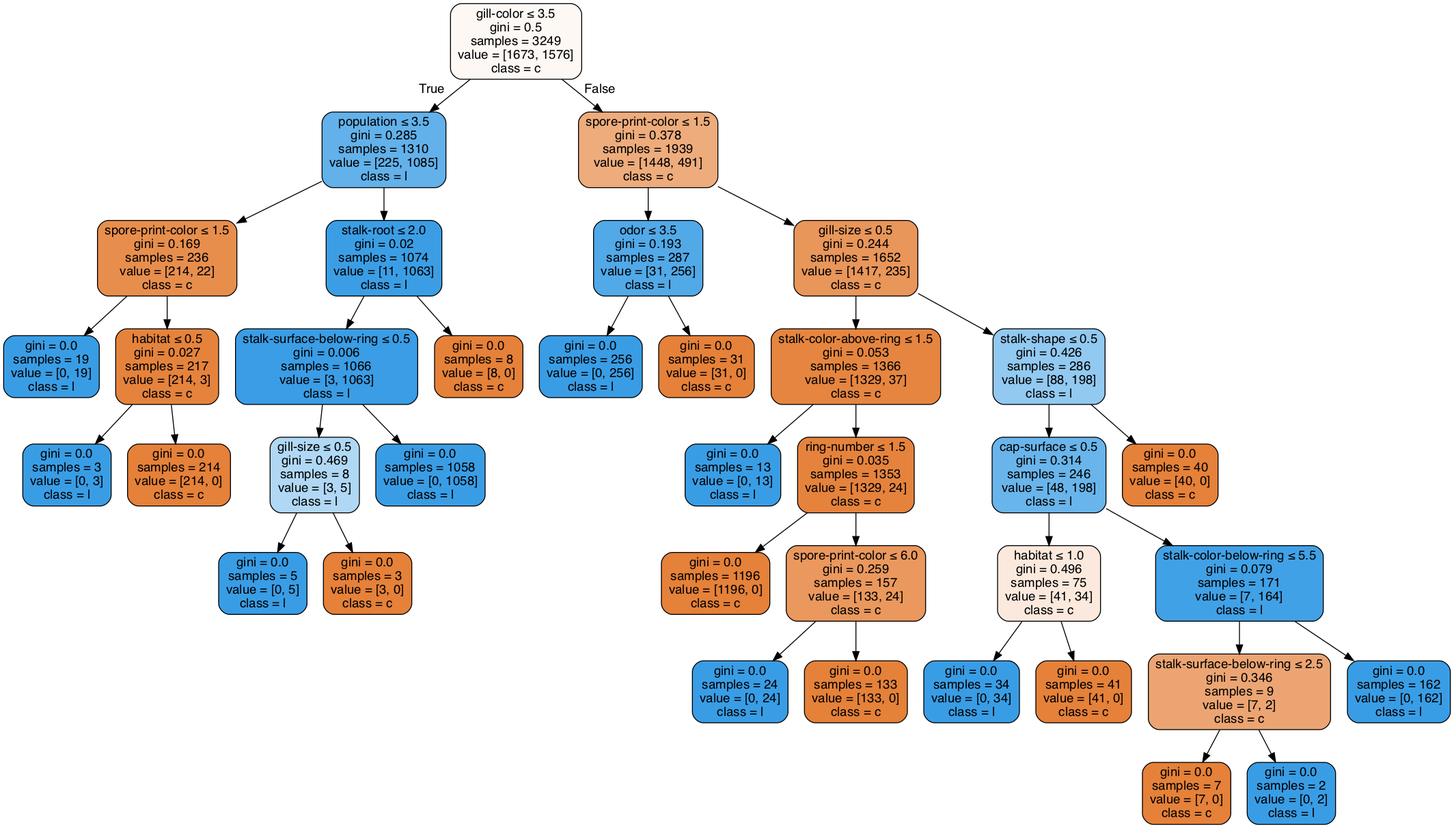
Above: Lab02/clf-40-60.gv.png in anhle199/Intro2AI-HCMUS (Graphviz), before the change. Its source is kept beside it as Lab02/clf-40-60.gv. Source of this version:
```dot
digraph Tree {
node [shape=box, style="filled, rounded", color="black", fontname=helvetica] ;
edge [fontname=helvetica] ;
0 [label=<gill-color &le; 3.5<br/>gini = 0.5<br/>samples = 3249<br/>value = [1673, 1576]<br/>class = c>, fillcolor="#fdf8f4"] ;
1 [label=<population &le; 3.5<br/>gini = 0.285<br/>samples = 1310<br/>value = [225, 1085]<br/>class = l>, fillcolor="#62b1ea"] ;
0 -> 1 [labeldistance=2.5, labelangle=45, headlabel="True"] ;
2 [label=<spore-print-color &le; 1.5<br/>gini = 0.169<br/>samples = 236<br/>value = [214, 22]<br/>class = c>, fillcolor="#e88e4d"] ;
1 -> 2 ;
3 [label=<gini = 0.0<br/>samples = 19<br/>value = [0, 19]<br/>class = l>, fillcolor="#399de5"] ;
2 -> 3 ;
4 [label=<habitat &le; 0.5<br/>gini = 0.027<br/>samples = 217<br/>value = [214, 3]<br/>class = c>, fillcolor="#e5833c"] ;
2 -> 4 ;
5 [label=<gini = 0.0<br/>samples = 3<br/>value = [0, 3]<br/>class = l>, fillcolor="#399de5"] ;
4 -> 5 ;
6 [label=<gini = 0.0<br/>samples = 214<br/>value = [214, 0]<br/>class = c>, fillcolor="#e58139"] ;
4 -> 6 ;
7 [label=<stalk-root &le; 2.0<br/>gini = 0.02<br/>samples = 1074<br/>value = [11, 1063]<br/>class = l>, fillcolor="#3b9ee5"] ;
1 -> 7 ;
8 [label=<stalk-surface-below-ring &le; 0.5<br/>gini = 0.006<br/>samples = 1066<br/>value = [3, 1063]<br/>class = l>, fillcolor="#3a9de5"] ;
7 -> 8 ;
9 [label=<gill-size &le; 0.5<br/>gini = 0.469<br/>samples = 8<br/>value = [3, 5]<br/>class = l>, fillcolor="#b0d8f5"] ;
8 -> 9 ;
10 [label=<gini = 0.0<br/>samples = 5<br/>value = [0, 5]<br/>class = l>, fillcolor="#399de5"] ;
9 -> 10 ;
11 [label=<gini = 0.0<br/>samples = 3<br/>value = [3, 0]<br/>class = c>, fillcolor="#e58139"] ;
9 -> 11 ;
12 [label=<gini = 0.0<br/>samples = 1058<br/>value = [0, 1058]<br/>class = l>, fillcolor="#399de5"] ;
8 -> 12 ;
13 [label=<gini = 0.0<br/>samples = 8<br/>value = [8, 0]<br/>class = c>, fillcolor="#e58139"] ;
7 -> 13 ;
14 [label=<spore-print-color &le; 1.5<br/>gini = 0.378<br/>samples = 1939<br/>value = [1448, 491]<br/>class = c>, fillcolor="#eeac7c"] ;
0 -> 14 [labeldistance=2.5, labelangle=-45, headlabel="False"] ;
15 [label=<odor &le; 3.5<br/>gini = 0.193<br/>samples = 287<br/>value = [31, 256]<br/>class = l>, fillcolor="#51a9e8"] ;
14 -> 15 ;
16 [label=<gini = 0.0<br/>samples = 256<br/>value = [0, 256]<br/>class = l>, fillcolor="#399de5"] ;
15 -> 16 ;
17 [label=<gini = 0.0<br/>samples = 31<br/>value = [31, 0]<br/>class = c>, fillcolor="#e58139"] ;
15 -> 17 ;
18 [label=<gill-size &le; 0.5<br/>gini = 0.244<br/>samples = 1652<br/>value = [1417, 235]<br/>class = c>, fillcolor="#e9965a"] ;
14 -> 18 ;
19 [label=<stalk-color-above-ring &le; 1.5<br/>gini = 0.053<br/>samples = 1366<br/>value = [1329, 37]<br/>class = c>, fillcolor="#e6853f"] ;
18 -> 19 ;
20 [label=<gini = 0.0<br/>samples = 13<br/>value = [0, 13]<br/>class = l>, fillcolor="#399de5"] ;
19 -> 20 ;
21 [label=<ring-number &le; 1.5<br/>gini = 0.035<br/>samples = 1353<br/>value = [1329, 24]<br/>class = c>, fillcolor="#e5833d"] ;
19 -> 21 ;
22 [label=<gini = 0.0<br/>samples = 1196<br/>value = [1196, 0]<br/>class = c>, fillcolor="#e58139"] ;
21 -> 22 ;
23 [label=<spore-print-color &le; 6.0<br/>gini = 0.259<br/>samples = 157<br/>value = [133, 24]<br/>class = c>, fillcolor="#ea985d"] ;
21 -> 23 ;
24 [label=<gini = 0.0<br/>samples = 24<br/>value = [0, 24]<br/>class = l>, fillcolor="#399de5"] ;
23 -> 24 ;
25 [label=<gini = 0.0<br/>samples = 133<br/>value = [133, 0]<br/>class = c>, fillcolor="#e58139"] ;
23 -> 25 ;
26 [label=<stalk-shape &le; 0.5<br/>gini = 0.426<br/>samples = 286<br/>value = [88, 198]<br/>class = l>, fillcolor="#91c9f1"] ;
18 -> 26 ;
27 [label=<cap-surface &le; 0.5<br/>gini = 0.314<br/>samples = 246<br/>value = [48, 198]<br/>class = l>, fillcolor="#69b5eb"] ;
26 -> 27 ;
28 [label=<habitat &le; 1.0<br/>gini = 0.496<br/>samples = 75<br/>value = [41, 34]<br/>class = c>, fillcolor="#fbe9dd"] ;
27 -> 28 ;
29 [label=<gini = 0.0<br/>samples = 34<br/>value = [0, 34]<br/>class = l>, fillcolor="#399de5"] ;
28 -> 29 ;
30 [label=<gini = 0.0<br/>samples = 41<br/>value = [41, 0]<br/>class = c>, fillcolor="#e58139"] ;
28 -> 30 ;
31 [label=<stalk-color-below-ring &le; 5.5<br/>gini = 0.079<br/>samples = 171<br/>value = [7, 164]<br/>class = l>, fillcolor="#41a1e6"] ;
27 -> 31 ;
32 [label=<stalk-surface-below-ring &le; 2.5<br/>gini = 0.346<br/>samples = 9<br/>value = [7, 2]<br/>class = c>, fillcolor="#eca572"] ;
31 -> 32 ;
33 [label=<gini = 0.0<br/>samples = 7<br/>value = [7, 0]<br/>class = c>, fillcolor="#e58139"] ;
32 -> 33 ;
34 [label=<gini = 0.0<br/>samples = 2<br/>value = [0, 2]<br/>class = l>, fillcolor="#399de5"] ;
32 -> 34 ;
35 [label=<gini = 0.0<br/>samples = 162<br/>value = [0, 162]<br/>class = l>, fillcolor="#399de5"] ;
31 -> 35 ;
36 [label=<gini = 0.0<br/>samples = 40<br/>value = [40, 0]<br/>class = c>, fillcolor="#e58139"] ;
26 -> 36 ;
}
```
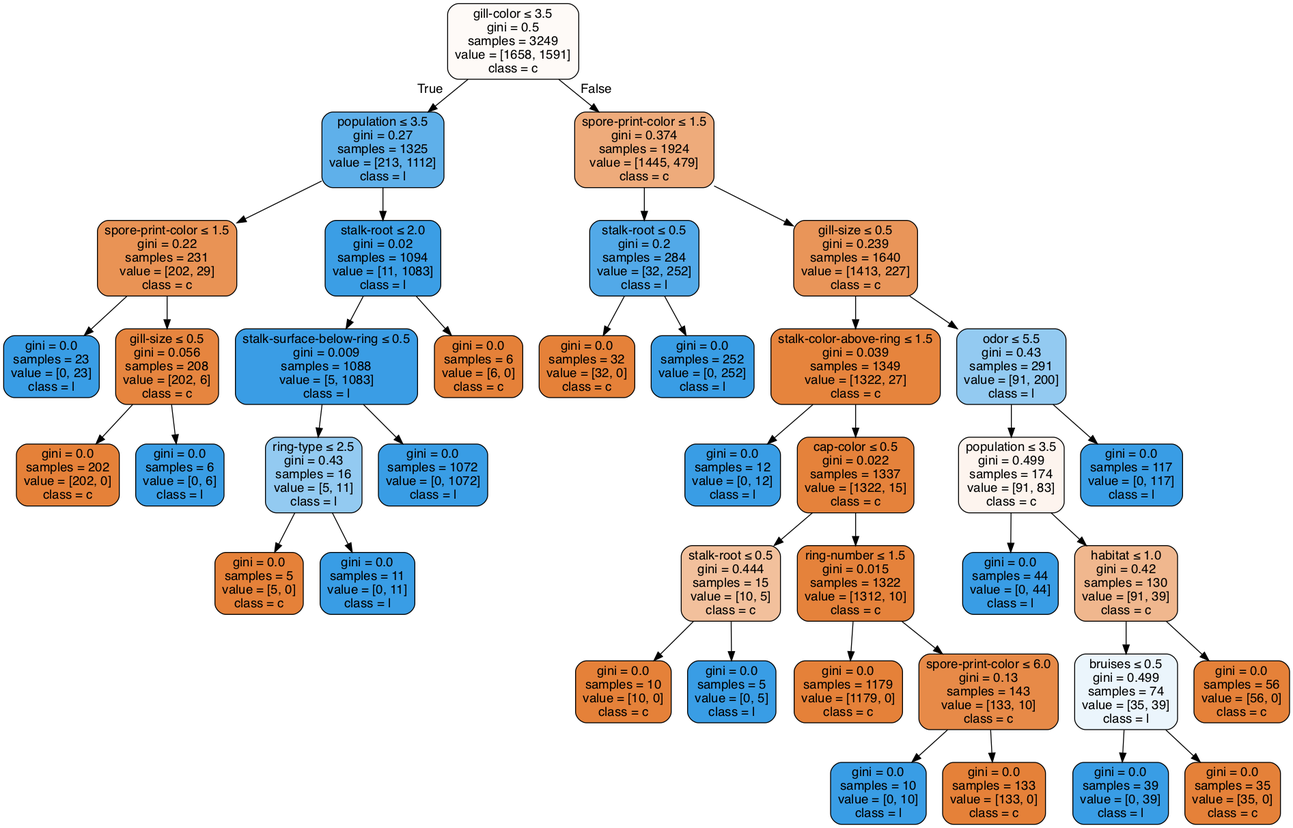
After the change.

What changed in the source:
```diff
@@ -1,77 +1,81 @@
 digraph Tree {
 node [shape=box, style="filled, rounded", color="black", fontname=helvetica] ;
 edge [fontname=helvetica] ;
-0 [label=<gill-color &le; 3.5<br/>gini = 0.5<br/>samples = 3249<br/>value = [1673, 1576]<br/>class = c>, fillcolor="#fdf8f4"] ;
-1 [label=<population &le; 3.5<br/>gini = 0.285<br/>samples = 1310<br/>value = [225, 1085]<br/>class = l>, fillcolor="#62b1ea"] ;
+0 [label=<gill-color &le; 3.5<br/>gini = 0.5<br/>samples = 3249<br/>value = [1658, 1591]<br/>class = c>, fillcolor="#fefaf7"] ;
+1 [label=<population &le; 3.5<br/>gini = 0.27<br/>samples = 1325<br/>value = [213, 1112]<br/>class = l>, fillcolor="#5fb0ea"] ;
 0 -> 1 [labeldistance=2.5, labelangle=45, headlabel="True"] ;
-2 [label=<spore-print-color &le; 1.5<br/>gini = 0.169<br/>samples = 236<br/>value = [214, 22]<br/>class = c>, fillcolor="#e88e4d"] ;
+2 [label=<spore-print-color &le; 1.5<br/>gini = 0.22<br/>samples = 231<br/>value = [202, 29]<br/>class = c>, fillcolor="#e99355"] ;
 1 -> 2 ;
-3 [label=<gini = 0.0<br/>samples = 19<br/>value = [0, 19]<br/>class = l>, fillcolor="#399de5"] ;
+3 [label=<gini = 0.0<br/>samples = 23<br/>value = [0, 23]<br/>class = l>, fillcolor="#399de5"] ;
 2 -> 3 ;
-4 [label=<habitat &le; 0.5<br/>gini = 0.027<br/>samples = 217<br/>value = [214, 3]<br/>class = c>, fillcolor="#e5833c"] ;
+4 [label=<gill-size &le; 0.5<br/>gini = 0.056<br/>samples = 208<br/>value = [202, 6]<br/>class = c>, fillcolor="#e6853f"] ;
 2 -> 4 ;
-5 [label=<gini = 0.0<br/>samples = 3<br/>value = [0, 3]<br/>class = l>, fillcolor="#399de5"] ;
+5 [label=<gini = 0.0<br/>samples = 202<br/>value = [202, 0]<br/>class = c>, fillcolor="#e58139"] ;
 4 -> 5 ;
-6 [label=<gini = 0.0<br/>samples = 214<br/>value = [214, 0]<br/>class = c>, fillcolor="#e58139"] ;
+6 [label=<gini = 0.0<br/>samples = 6<br/>value = [0, 6]<br/>class = l>, fillcolor="#399de5"] ;
 4 -> 6 ;
-7 [label=<stalk-root &le; 2.0<br/>gini = 0.02<br/>samples = 1074<br/>value = [11, 1063]<br/>class = l>, fillcolor="#3b9ee5"] ;
+7 [label=<stalk-root &le; 2.0<br/>gini = 0.02<br/>samples = 1094<br/>value = [11, 1083]<br/>class = l>, fillcolor="#3b9ee5"] ;
 1 -> 7 ;
-8 [label=<stalk-surface-below-ring &le; 0.5<br/>gini = 0.006<br/>samples = 1066<br/>value = [3, 1063]<br/>class = l>, fillcolor="#3a9de5"] ;
+8 [label=<stalk-surface-below-ring &le; 0.5<br/>gini = 0.009<br/>samples = 1088<br/>value = [5, 1083]<br/>class = l>, fillcolor="#3a9de5"] ;
 7 -> 8 ;
-9 [label=<gill-size &le; 0.5<br/>gini = 0.469<br/>samples = 8<br/>value = [3, 5]<br/>class = l>, fillcolor="#b0d8f5"] ;
+9 [label=<ring-type &le; 2.5<br/>gini = 0.43<br/>samples = 16<br/>value = [5, 11]<br/>class = l>, fillcolor="#93caf1"] ;
 8 -> 9 ;
-10 [label=<gini = 0.0<br/>samples = 5<br/>value = [0, 5]<br/>class = l>, fillcolor="#399de5"] ;
+10 [label=<gini = 0.0<br/>samples = 5<br/>value = [5, 0]<br/>class = c>, fillcolor="#e58139"] ;
 9 -> 10 ;
-11 [label=<gini = 0.0<br/>samples = 3<br/>value = [3, 0]<br/>class = c>, fillcolor="#e58139"] ;
+11 [label=<gini = 0.0<br/>samples = 11<br/>value = [0, 11]<br/>class = l>, fillcolor="#399de5"] ;
 9 -> 11 ;
-12 [label=<gini = 0.0<br/>samples = 1058<br/>value = [0, 1058]<br/>class = l>, fillcolor="#399de5"] ;
+12 [label=<gini = 0.0<br/>samples = 1072<br/>value = [0, 1072]<br/>class = l>, fillcolor="#399de5"] ;
 8 -> 12 ;
-13 [label=<gini = 0.0<br/>samples = 8<br/>value = [8, 0]<br/>class = c>, fillcolor="#e58139"] ;
+13 [label=<gini = 0.0<br/>samples = 6<br/>value = [6, 0]<br/>class = c>, fillcolor="#e58139"] ;
 7 -> 13 ;
-14 [label=<spore-print-color &le; 1.5<br/>gini = 0.378<br/>samples = 1939<br/>value = [1448, 491]<br/>class = c>, fillcolor="#eeac7c"] ;
+14 [label=<spore-print-color &le; 1.5<br/>gini = 0.374<br/>samples = 1924<br/>value = [1445, 479]<br/>class = c>, fillcolor="#eeab7b"] ;
 0 -> 14 [labeldistance=2.5, labelangle=-45, headlabel="False"] ;
-15 [label=<odor &le; 3.5<br/>gini = 0.193<br/>samples = 287<br/>value = [31, 256]<br/>class = l>, fillcolor="#51a9e8"] ;
+15 [label=<stalk-root &le; 0.5<br/>gini = 0.2<br/>samples = 284<br/>value = [32, 252]<br/>class = l>, fillcolor="#52a9e8"] ;
 14 -> 15 ;
-16 [label=<gini = 0.0<br/>samples = 256<br/>value = [0, 256]<br/>class = l>, fillcolor="#399de5"] ;
+16 [label=<gini = 0.0<br/>samples = 32<br/>value = [32, 0]<br/>class = c>, fillcolor="#e58139"] ;
 15 -> 16 ;
-17 [label=<gini = 0.0<br/>samples = 31<br/>value = [31, 0]<br/>class = c>, fillcolor="#e58139"] ;
+17 [label=<gini = 0.0<br/>samples = 252<br/>value = [0, 252]<br/>class = l>, fillcolor="#399de5"] ;
 15 -> 17 ;
-18 [label=<gill-size &le; 0.5<br/>gini = 0.244<br/>samples = 1652<br/>value = [1417, 235]<br/>class = c>, fillcolor="#e9965a"] ;
+18 [label=<gill-size &le; 0.5<br/>gini = 0.239<br/>samples = 1640<br/>value = [1413, 227]<br/>class = c>, fillcolor="#e99559"] ;
 14 -> 18 ;
-19 [label=<stalk-color-above-ring &le; 1.5<br/>gini = 0.053<br/>samples = 1366<br/>value = [1329, 37]<br/>class = c>, fillcolor="#e6853f"] ;
+19 [label=<stalk-color-above-ring &le; 1.5<br/>gini = 0.039<br/>samples = 1349<br/>value = [1322, 27]<br/>class = c>, fillcolor="#e6843d"] ;
 18 -> 19 ;
-20 [label=<gini = 0.0<br/>samples = 13<br/>value = [0, 13]<br/>class = l>, fillcolor="#399de5"] ;
+20 [label=<gini = 0.0<br/>samples = 12<br/>value = [0, 12]<br/>class = l>, fillcolor="#399de5"] ;
 19 -> 20 ;
-21 [label=<ring-number &le; 1.5<br/>gini = 0.035<br/>samples = 1353<br/>value = [1329, 24]<br/>class = c>, fillcolor="#e5833d"] ;
+21 [label=<cap-color &le; 0.5<br/>gini = 0.022<br/>samples = 1337<br/>value = [1322, 15]<br/>class = c>, fillcolor="#e5823b"] ;
 19 -> 21 ;
-22 [label=<gini = 0.0<br/>samples = 1196<br/>value = [1196, 0]<br/>class = c>, fillcolor="#e58139"] ;
+22 [label=<stalk-root &le; 0.5<br/>gini = 0.444<br/>samples = 15<br/>value = [10, 5]<br/>class = c>, fillcolor="#f2c09c"] ;
 21 -> 22 ;
-23 [label=<spore-print-color &le; 6.0<br/>gini = 0.259<br/>samples = 157<br/>value = [133, 24]<br/>class = c>, fillcolor="#ea985d"] ;
-21 -> 23 ;
-24 [label=<gini = 0.0<br/>samples = 24<br/>value = [0, 24]<br/>class = l>, fillcolor="#399de5"] ;
-23 -> 24 ;
-25 [label=<gini = 0.0<br/>samples = 133<br/>value = [133, 0]<br/>class = c>, fillcolor="#e58139"] ;
-23 -> 25 ;
-26 [label=<stalk-shape &le; 0.5<br/>gini = 0.426<br/>samples = 286<br/>value = [88, 198]<br/>class = l>, fillcolor="#91c9f1"] ;
-18 -> 26 ;
-27 [label=<cap-surface &le; 0.5<br/>gini = 0.314<br/>samples = 246<br/>value = [48, 198]<br/>class = l>, fillcolor="#69b5eb"] ;
-26 -> 27 ;
-28 [label=<habitat &le; 1.0<br/>gini = 0.496<br/>samples = 75<br/>value = [41, 34]<br/>class = c>, fillcolor="#fbe9dd"] ;
+23 [label=<gini = 0.0<br/>samples = 10<br/>value = [10, 0]<br/>class = c>, fillcolor="#e58139"] ;
+22 -> 23 ;
+24 [label=<gini = 0.0<br/>samples = 5<br/>value = [0, 5]<br/>class = l>, fillcolor="#399de5"] ;
+22 -> 24 ;
+25 [label=<ring-number &le; 1.5<br/>gini = 0.015<br/>samples = 1322<br/>value = [1312, 10]<br/>class = c>, fillcolor="#e5823b"] ;
+21 -> 25 ;
+26 [label=<gini = 0.0<br/>samples = 1179<br/>value = [1179, 0]<br/>class = c>, fillcolor="#e58139"] ;
+25 -> 26 ;
+27 [label=<spore-print-color &le; 6.0<br/>gini = 0.13<br/>samples = 143<br/>value = [133, 10]<br/>class = c>, fillcolor="#e78a48"] ;
+25 -> 27 ;
+28 [label=<gini = 0.0<br/>samples = 10<br/>value = [0, 10]<br/>class = l>, fillcolor="#399de5"] ;
 27 -> 28 ;
-29 [label=<gini = 0.0<br/>samples = 34<br/>value = [0, 34]<br/>class = l>, fillcolor="#399de5"] ;
-28 -> 29 ;
-30 [label=<gini = 0.0<br/>samples = 41<br/>value = [41, 0]<br/>class = c>, fillcolor="#e58139"] ;
-28 -> 30 ;
-31 [label=<stalk-color-below-ring &le; 5.5<br/>gini = 0.079<br/>samples = 171<br/>value = [7, 164]<br/>class = l>, fillcolor="#41a1e6"] ;
-27 -> 31 ;
-32 [label=<stalk-surface-below-ring &le; 2.5<br/>gini = 0.346<br/>samples = 9<br/>value = [7, 2]<br/>class = c>, fillcolor="#eca572"] ;
+29 [label=<gini = 0.0<br/>samples = 133<br/>value = [133, 0]<br/>class = c>, fillcolor="#e58139"] ;
+27 -> 29 ;
+30 [label=<odor &le; 5.5<br/>gini = 0.43<br/>samples = 291<br/>value = [91, 200]<br/>class = l>, fillcolor="#93caf1"] ;
+18 -> 30 ;
+31 [label=<population &le; 3.5<br/>gini = 0.499<br/>samples = 174<br/>value = [91, 83]<br/>class = c>, fillcolor="#fdf4ee"] ;
+30 -> 31 ;
+32 [label=<gini = 0.0<br/>samples = 44<br/>value = [0, 44]<br/>class = l>, fillcolor="#399de5"] ;
 31 -> 32 ;
-33 [label=<gini = 0.0<br/>samples = 7<br/>value = [7, 0]<br/>class = c>, fillcolor="#e58139"] ;
-32 -> 33 ;
-34 [label=<gini = 0.0<br/>samples = 2<br/>value = [0, 2]<br/>class = l>, fillcolor="#399de5"] ;
-32 -> 34 ;
-35 [label=<gini = 0.0<br/>samples = 162<br/>value = [0, 162]<br/>class = l>, fillcolor="#399de5"] ;
-31 -> 35 ;
-36 [label=<gini = 0.0<br/>samples = 40<br/>value = [40, 0]<br/>class = c>, fillcolor="#e58139"] ;
-26 -> 36 ;
+33 [label=<habitat &le; 1.0<br/>gini = 0.42<br/>samples = 130<br/>value = [91, 39]<br/>class = c>, fillcolor="#f0b78e"] ;
+31 -> 33 ;
+34 [label=<bruises &le; 0.5<br/>gini = 0.499<br/>samples = 74<br/>value = [35, 39]<br/>class = l>, fillcolor="#ebf5fc"] ;
+33 -> 34 ;
+35 [label=<gini = 0.0<br/>samples = 39<br/>value = [0, 39]<br/>class = l>, fillcolor="#399de5"] ;
+34 -> 35 ;
+36 [label=<gini = 0.0<br/>samples = 35<br/>value = [35, 0]<br/>class = c>, fillcolor="#e58139"] ;
+34 -> 36 ;
+37 [label=<gini = 0.0<br/>samples = 56<br/>value = [56, 0]<br/>class = c>, fillcolor="#e58139"] ;
+33 -> 37 ;
+38 [label=<gini = 0.0<br/>samples = 117<br/>value = [0, 117]<br/>class = l>, fillcolor="#399de5"] ;
+30 -> 38 ;
 }
```
